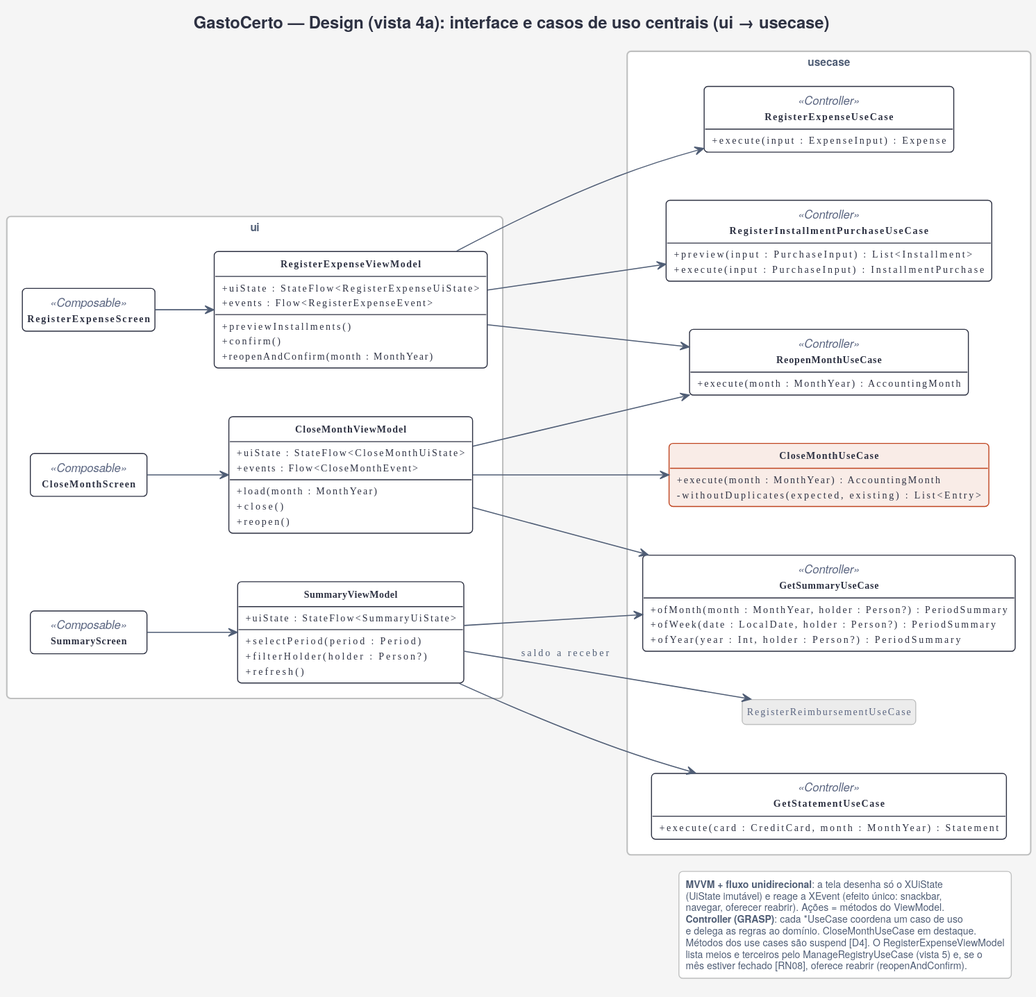
Above: docs/uml/design-4a-casos-de-uso-centrais.svg in gabrielfbarbosa/gasto-certo (PlantUML), before the change.
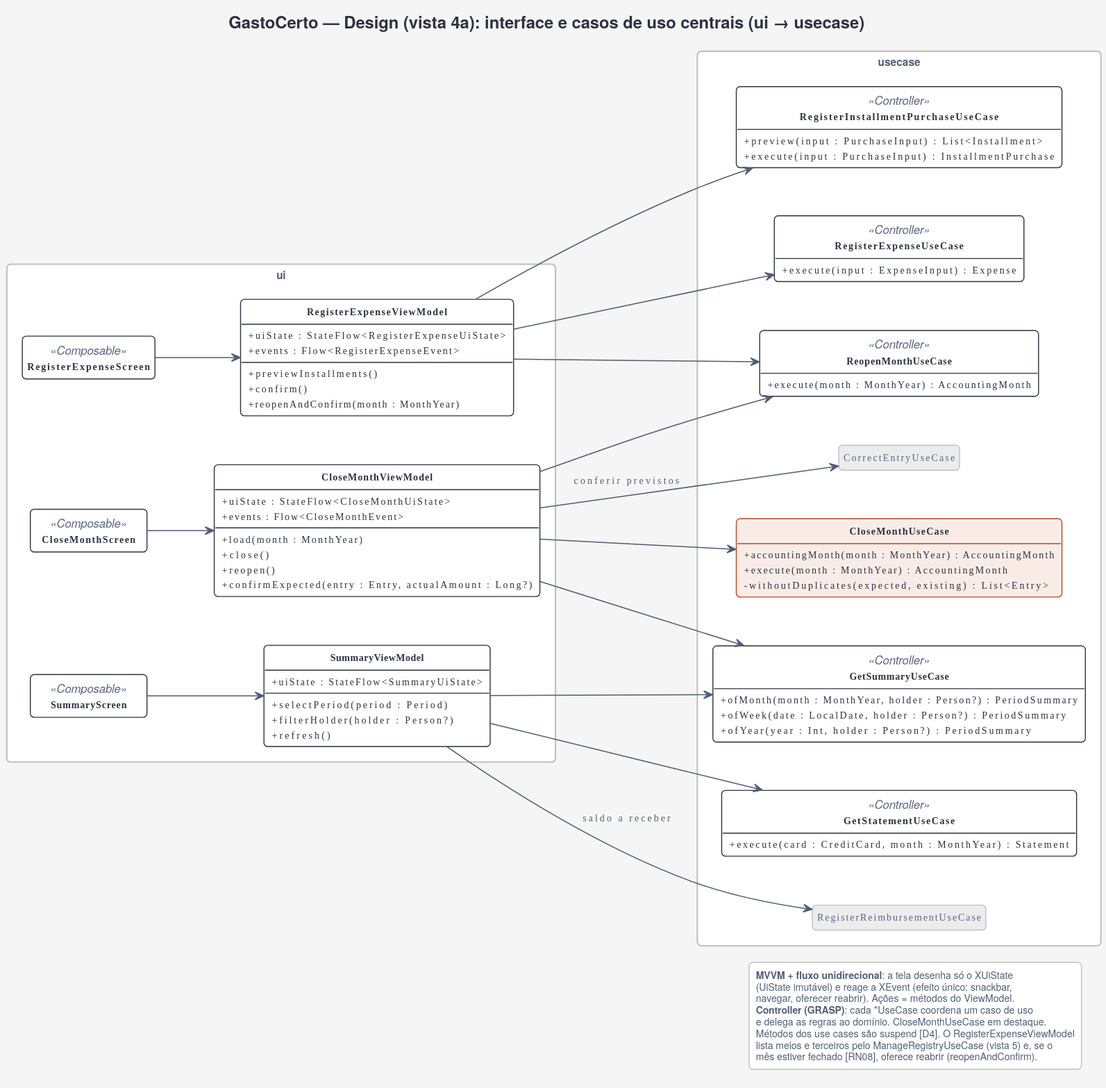
Later version of the same file.

The edit, as a diff of the source:
```diff
@@ -25,6 +25,7 @@
     + load(month : MonthYear)
     + close()
     + reopen()
+    + confirmExpected(entry : Entry, actualAmount : Long?)
   }
   class SummaryViewModel {
     + uiState : StateFlow<SummaryUiState>
@@ -35,6 +36,7 @@
 }
 package "usecase" {
   class RegisterReimbursementUseCase <<ref>>
+  class CorrectEntryUseCase <<ref>>
   class RegisterExpenseUseCase <<Controller>> {
     + execute(input : ExpenseInput) : Expense
   }
@@ -43,6 +45,7 @@
     + execute(input : PurchaseInput) : InstallmentPurchase
   }
   class CloseMonthUseCase <<foco>> {
+    + accountingMonth(month : MonthYear) : AccountingMonth
     + execute(month : MonthYear) : AccountingMonth
     - withoutDuplicates(expected, existing) : List<Entry>
   }
@@ -68,6 +71,7 @@
 CloseMonthViewModel --> GetSummaryUseCase
 CloseMonthViewModel --> CloseMonthUseCase
 CloseMonthViewModel --> ReopenMonthUseCase
+CloseMonthViewModel --> CorrectEntryUseCase : conferir previstos
 SummaryViewModel --> GetSummaryUseCase
 SummaryViewModel --> GetStatementUseCase
 SummaryViewModel --> RegisterReimbursementUseCase : saldo a receber
```
